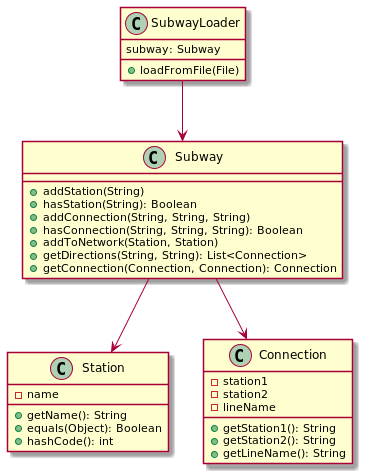
The PlantUML diagram class_diagram.png in vscarmena/objectville-route-finder, before a commit.
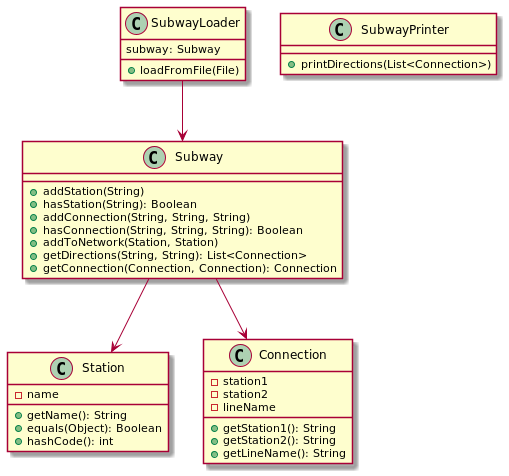
The same diagram one commit later.

Commit message:
added subway printer class and updated relations and diagrams

What changed in the source:
```diff
@@ -31,6 +31,10 @@
     + getLineName(): String
 }
 
+class SubwayPrinter {
+    + printDirections(List<Connection>)
+}
+
 SubwayLoader --> Subway
 
 Subway --> Station
```
